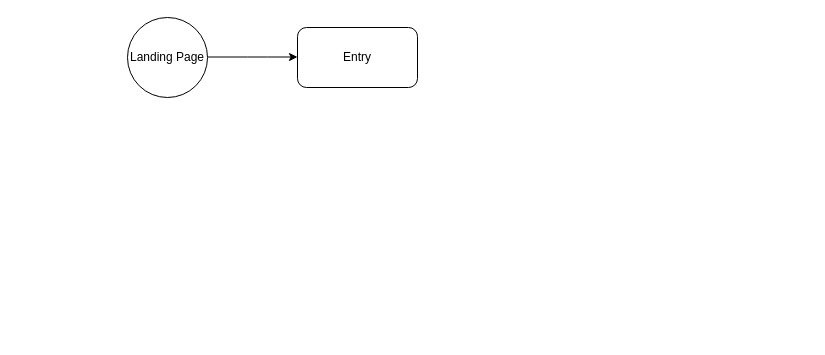
SchoolOfCode/w3d5_landing-page-hackathon-farah-and-kal keeps this draw.io diagram as user.drawio. Above is the earlier version. Source tidied: cells renumbered, new cells numbered last; positions are measured from the earlier drawing's top-left corner, leaving out a move shared by most shapes. Both pictures are drawn from the tidied source at 100%, with x=0, y=0 at pixel (127, 17).
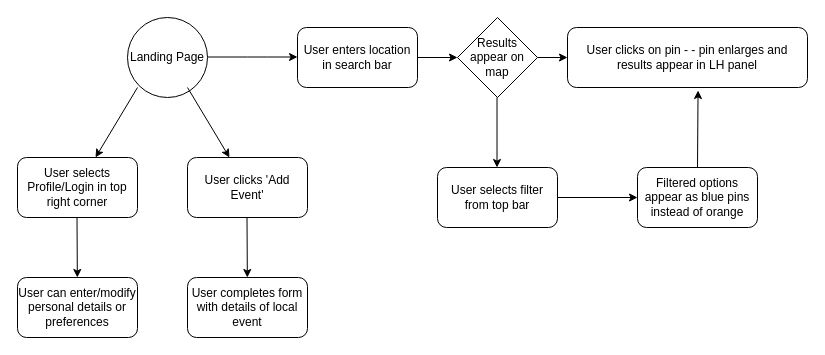
The same diagram, later.

Commit message:
User Journey Flow complete

The edit, as a diff of the source:
```diff
@@
-    <mxCell id="2" value="Entry" style="rounded=1;whiteSpace=wrap;html=1;" parent="1" vertex="1">
+    <mxCell id="2" value="User enters location in search bar" style="rounded=1;whiteSpace=wrap;html=1;" parent="1" vertex="1">
       <mxGeometry x="170" y="10" width="120" height="60" as="geometry" />
     </mxCell>
@@
+    <mxCell id="5" style="endArrow=classic;html=1;" parent="1" edge="1" target="6">
+      <mxGeometry relative="1" as="geometry">
+        <mxPoint x="290" y="40" as="sourcePoint" />
+      </mxGeometry>
+    </mxCell>
+    <mxCell id="6" value="Results appear on map" style="rhombus;whiteSpace=wrap;html=1;" parent="1" vertex="1">
+      <mxGeometry x="330" width="80" height="80" as="geometry" />
+    </mxCell>
+    <mxCell id="7" style="endArrow=classic;html=1;" parent="1" edge="1">
+      <mxGeometry relative="1" as="geometry">
+        <mxPoint x="369.5" y="80" as="sourcePoint" />
+        <mxPoint x="369.5" y="150" as="targetPoint" />
+      </mxGeometry>
+    </mxCell>
+    <mxCell id="8" style="endArrow=classic;html=1;" parent="1" edge="1" target="9">
+      <mxGeometry relative="1" as="geometry">
+        <mxPoint x="410" y="40" as="sourcePoint" />
+      </mxGeometry>
+    </mxCell>
+    <mxCell id="9" value="User clicks on pin - - pin enlarges and results appear in LH panel" style="rounded=1;whiteSpace=wrap;html=1;" parent="1" vertex="1">
+      <mxGeometry x="440" y="10" width="240" height="60" as="geometry" />
+    </mxCell>
+    <mxCell id="10" value="User selects filter from top bar" style="rounded=1;whiteSpace=wrap;html=1;" parent="1" vertex="1">
+      <mxGeometry x="310" y="150" width="120" height="60" as="geometry" />
+    </mxCell>
+    <mxCell id="11" style="endArrow=classic;html=1;" parent="1" edge="1" target="12">
+      <mxGeometry relative="1" as="geometry">
+        <mxPoint x="10" y="70" as="sourcePoint" />
+      </mxGeometry>
+    </mxCell>
+    <mxCell id="12" value="User selects Profile/Login in top right corner" style="rounded=1;whiteSpace=wrap;html=1;" parent="1" vertex="1">
+      <mxGeometry x="-110" y="140" width="120" height="60" as="geometry" />
+    </mxCell>
+    <mxCell id="13" style="endArrow=classic;html=1;" parent="1" edge="1" target="14">
+      <mxGeometry relative="1" as="geometry">
+        <mxPoint x="60" y="70" as="sourcePoint" />
+      </mxGeometry>
+    </mxCell>
+    <mxCell id="14" value="User clicks 'Add Event'" style="rounded=1;whiteSpace=wrap;html=1;" parent="1" vertex="1">
+      <mxGeometry x="60" y="140" width="120" height="60" as="geometry" />
+    </mxCell>
+    <mxCell id="15" style="endArrow=classic;html=1;" parent="1" edge="1" target="16">
+      <mxGeometry relative="1" as="geometry">
+        <mxPoint x="-50.5" y="200" as="sourcePoint" />
+      </mxGeometry>
+    </mxCell>
+    <mxCell id="16" value="User can enter/modify personal details or preferences" style="rounded=1;whiteSpace=wrap;html=1;" parent="1" vertex="1">
+      <mxGeometry x="-110" y="260" width="120" height="60" as="geometry" />
+    </mxCell>
+    <mxCell id="17" style="endArrow=classic;html=1;" parent="1" edge="1" target="18">
+      <mxGeometry relative="1" as="geometry">
+        <mxPoint x="430" y="180" as="sourcePoint" />
+      </mxGeometry>
+    </mxCell>
+    <mxCell id="18" value="Filtered options appear as blue pins instead of orange" style="rounded=1;whiteSpace=wrap;html=1;" parent="1" vertex="1">
+      <mxGeometry x="510" y="150" width="120" height="60" as="geometry" />
+    </mxCell>
+    <mxCell id="19" style="endArrow=classic;html=1;entryX=0.544;entryY=1.05;entryDx=0;entryDy=0;entryPerimeter=0;exitX=0.5;exitY=0;exitDx=0;exitDy=0;" parent="1" edge="1" source="18" target="9">
+      <mxGeometry relative="1" as="geometry" />
+    </mxCell>
+    <mxCell id="20" style="endArrow=classic;html=1;" parent="1" edge="1" target="21">
+      <mxGeometry relative="1" as="geometry">
+        <mxPoint x="119.5" y="200" as="sourcePoint" />
+      </mxGeometry>
+    </mxCell>
+    <mxCell id="21" value="User completes form with details of local event" style="rounded=1;whiteSpace=wrap;html=1;" parent="1" vertex="1">
+      <mxGeometry x="60" y="260" width="120" height="60" as="geometry" />
+    </mxCell>
```
